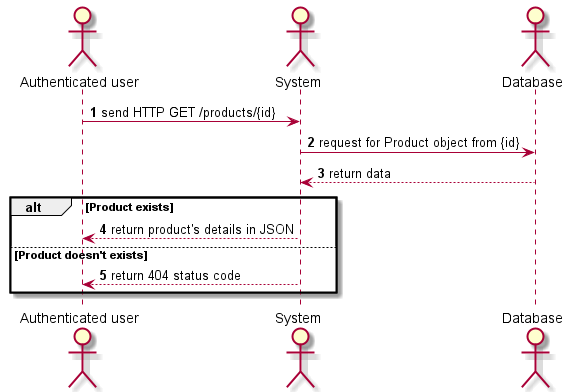
The PlantUML diagram diagrams/render/Sequences/ProductsManagement/Sequence_ShowDetails.png in Xwyk/BileMo, before a commit.
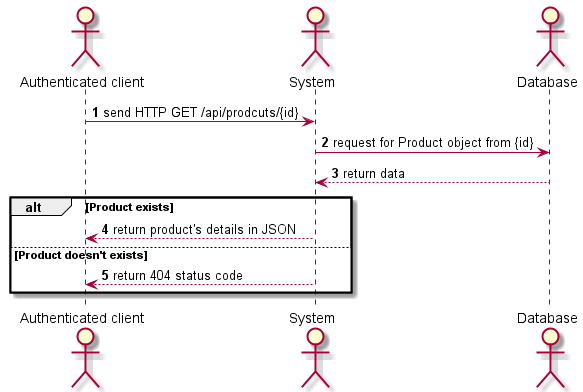
After the change.

Diff of the diagram source:
```diff
@@ -2,18 +2,18 @@
 
 autonumber
 
-actor "Authenticated user" as user
+actor "Authenticated client" as client
 actor System                as system
 actor Database              as db
 
-user  -> system  : send HTTP GET /products/{id}
+client  -> system  : send HTTP GET /api/prodcuts/{id}
 system -> db      : request for Product object from {id}
 system <-- db     : return data
 
 alt Product exists
-  user  <-- system : return product's details in JSON
+      client  <-- system : return product's details in JSON
 else Product doesn't exists
-  user  <-- system : return 404 status code
+  client  <-- system : return 404 status code
 end
 
 @enduml
```
